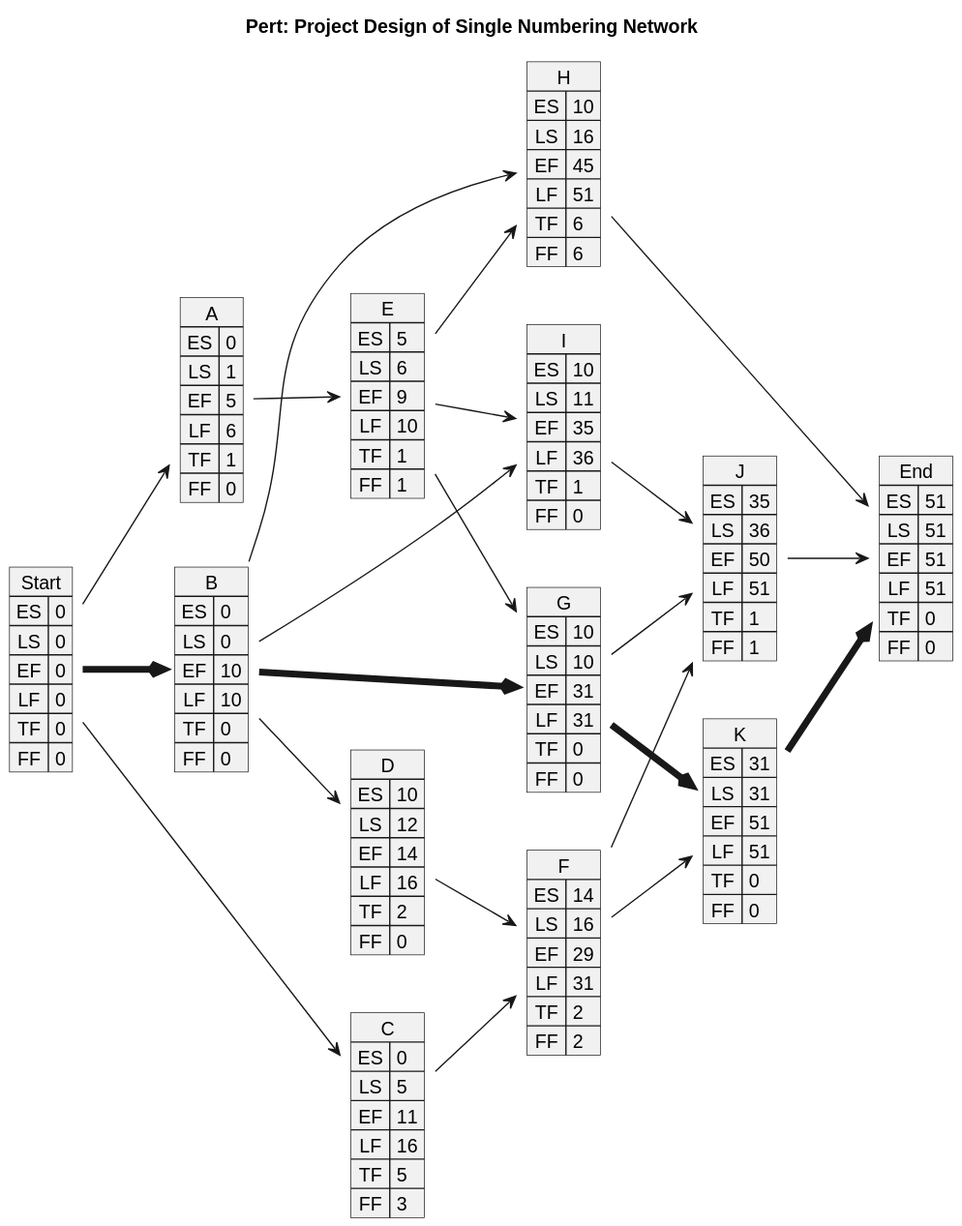
Above: __temp__/PERT_sNN.svg in SCWM-P/PM_code_LLM_plantuml (PlantUML), before the change.
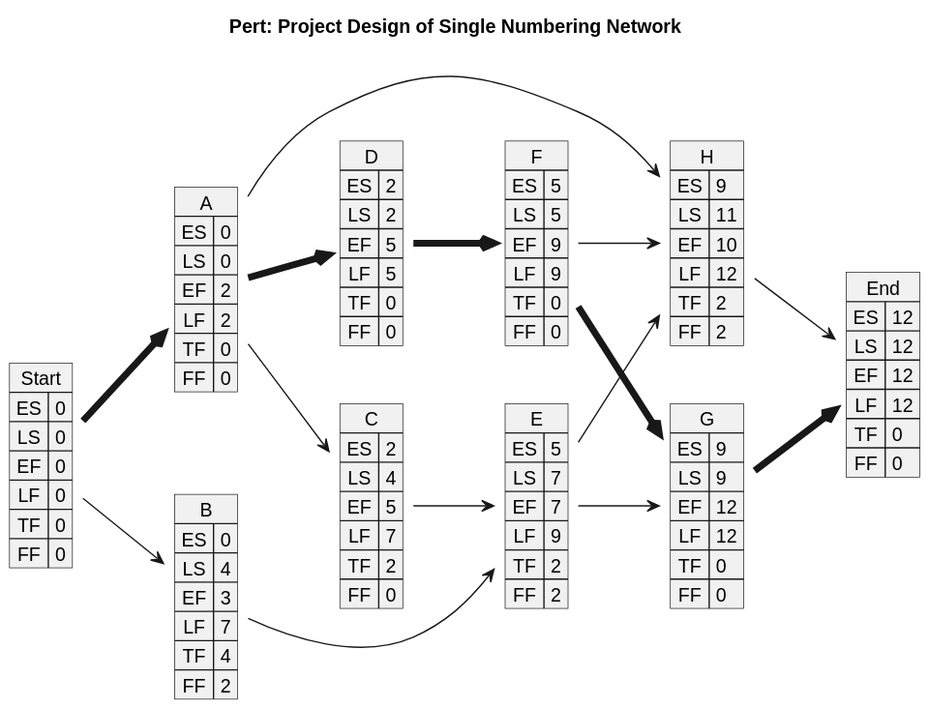
The same file after the commit.

Change to the diagram source:
```diff
@@ -11,119 +11,88 @@
 }
 map A {
     ES => 0
-    LS => 1
-    EF => 5
-    LF => 6
-    TF => 1
+    LS => 0
+    EF => 2
+    LF => 2
+    TF => 0
     FF => 0
 }
 map B {
     ES => 0
-    LS => 0
-    EF => 10
-    LF => 10
-    TF => 0
+    LS => 4
+    EF => 3
+    LF => 7
+    TF => 4
+    FF => 2
+}
+map C {
+    ES => 2
+    LS => 4
+    EF => 5
+    LF => 7
+    TF => 2
     FF => 0
 }
-map C {
-    ES => 0
-    LS => 5
-    EF => 11
-    LF => 16
-    TF => 5
-    FF => 3
-}
 map D {
-    ES => 10
-    LS => 12
-    EF => 14
-    LF => 16
-    TF => 2
+    ES => 2
+    LS => 2
+    EF => 5
+    LF => 5
+    TF => 0
     FF => 0
 }
 map E {
     ES => 5
-    LS => 6
-    EF => 9
-    LF => 10
-    TF => 1
-    FF => 1
-}
-map F {
-    ES => 14
-    LS => 16
-    EF => 29
-    LF => 31
+    LS => 7
+    EF => 7
+    LF => 9
     TF => 2
     FF => 2
 }
+map F {
+    ES => 5
+    LS => 5
+    EF => 9
+    LF => 9
+    TF => 0
+    FF => 0
+}
 map G {
-    ES => 10
-    LS => 10
-    EF => 31
-    LF => 31
+    ES => 9
+    LS => 9
+    EF => 12
+    LF => 12
     TF => 0
     FF => 0
 }
 map H {
-    ES => 10
-    LS => 16
-    EF => 45
-    LF => 51
-    TF => 6
-    FF => 6
+    ES => 9
+    LS => 11
+    EF => 10
+    LF => 12
+    TF => 2
+    FF => 2
 }
-map I {
-    ES => 10
-    LS => 11
-    EF => 35
-    LF => 36
-    TF => 1
-    FF => 0
-}
-map J {
-    ES => 35
-    LS => 36
-    EF => 50
-    LF => 51
-    TF => 1
-    FF => 1
-}
-map K {
-    ES => 31
-    LS => 31
-    EF => 51
-    LF => 51
+map End {
+    ES => 12
+    LS => 12
+    EF => 12
+    LF => 12
     TF => 0
     FF => 0
 }
-map End {
-    ES => 51
-    LS => 51
-    EF => 51
-    LF => 51
-    TF => 0
-    FF => 0
-}
-Start --> A
-Start -[thickness=5]-> B
-Start --> C
-B --> D
-A --> E
-C --> F
-D --> F
-B -[thickness=5]-> G
+Start -[thickness=5]-> A
+Start --> B
+A --> C
+A -[thickness=5]-> D
+B --> E
+C --> E
+D -[thickness=5]-> F
 E --> G
-B --> H
+F -[thickness=5]-> G
+A --> H
 E --> H
-B --> I
-E --> I
-F --> J
-G --> J
-I --> J
-F --> K
-G -[thickness=5]-> K
+F --> H
+G -[thickness=5]-> End
 H --> End
-J --> End
-K -[thickness=5]-> End
 @enduml
```
